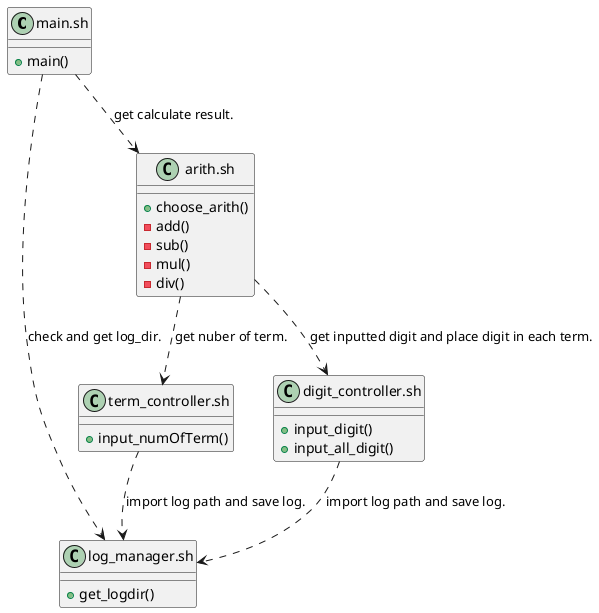
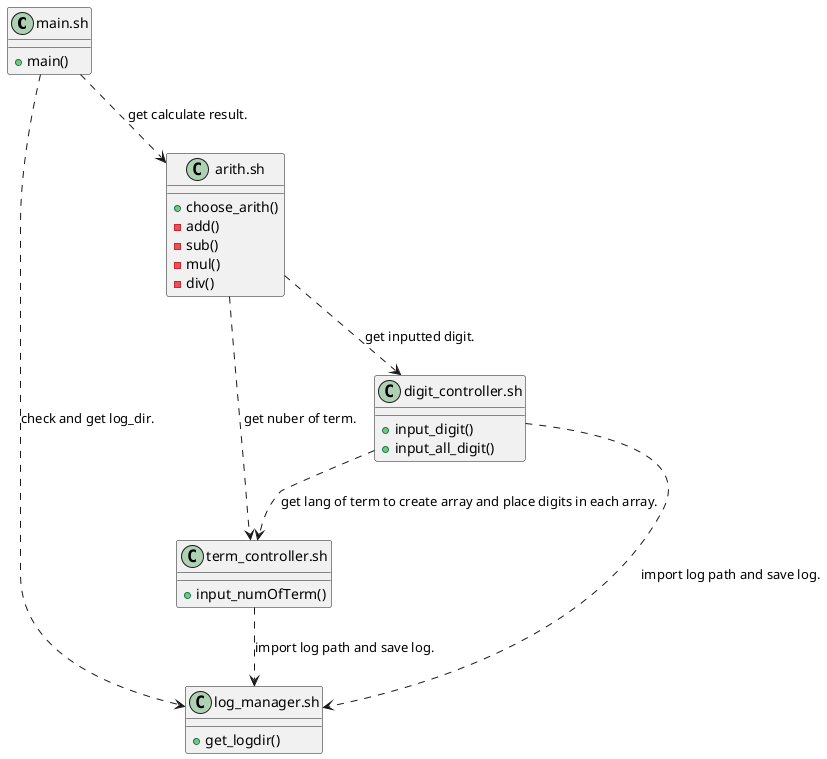
@startuml
	class "main.sh" as main {
		+ main()
	}
	class "log_manager.sh" as log {
		+ get_logdir()
	}
	class "term_controller.sh" as term {
		+ input_numOfTerm()
	}
	class "digit_controller.sh" as digit {
		+ input_digit()
		+ input_all_digit()
	}
	class "arith.sh" as arith {
		+ choose_arith()
		- add()
		- sub()
		- mul()
		- div()
	}

main ..> log: check and get log_dir.
arith ..> term: get nuber of term.
- arith ..> digit: get inputted digit and place digit in each term.
+ arith ..> digit: get inputted digit.
+ digit ..> term: get lang of term to create array and place digits in each array.
main ..> arith: get calculate result.
term ..> log: import log path and save log.
digit ..> log: import log path and save log.
@enduml
